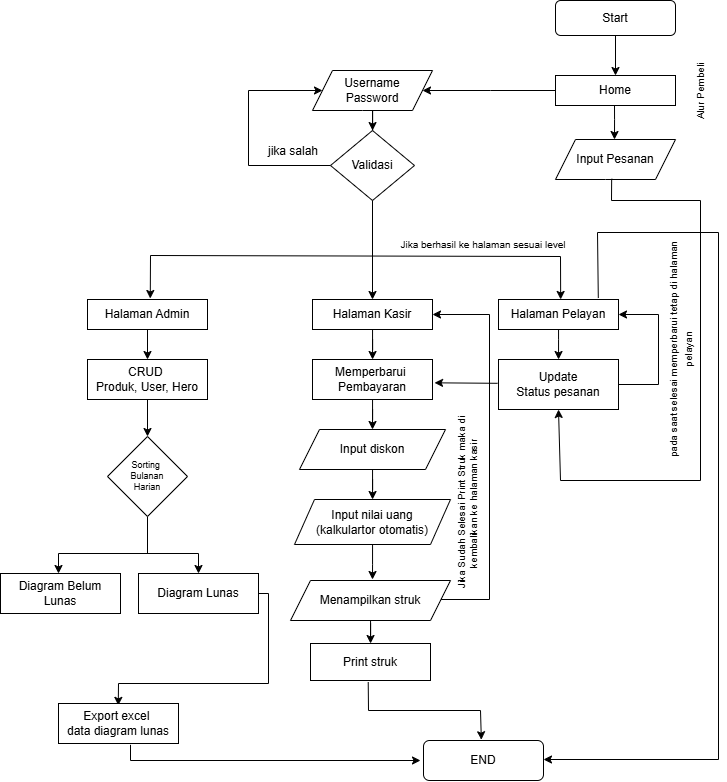
The draw.io diagram flowcart.drawio.png in Samdhanar/App-Pemesanan-New, before a commit. Source tidied: cells renumbered, new cells last; positions are measured from the earlier drawing's top-left corner, leaving out a move shared by most shapes.
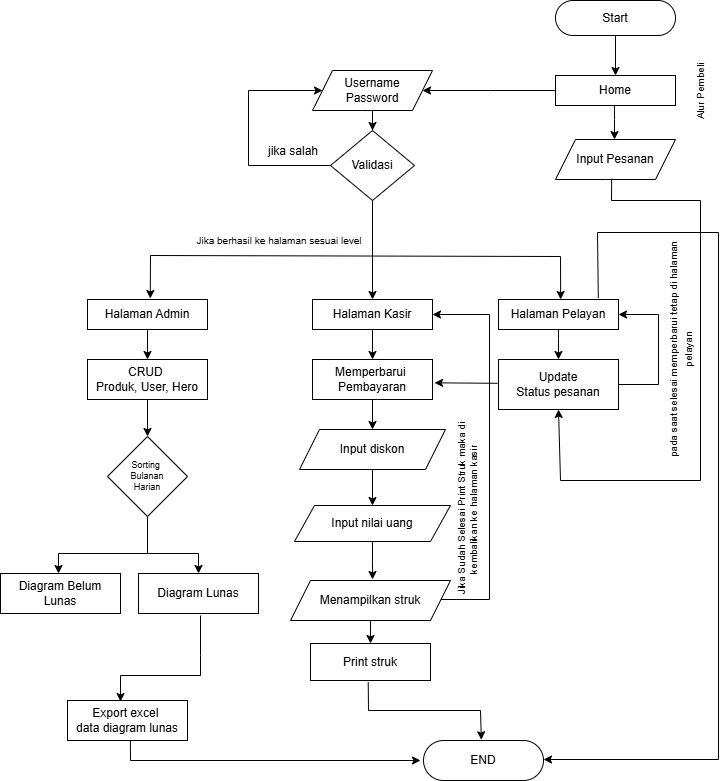
After the change.

Diff of the diagram source:
```diff
@@ -2,13 +2,13 @@
   <root>
     <mxCell id="0" />
     <mxCell id="1" parent="0" />
-    <mxCell id="2" value="Input nilai uang&lt;div&gt;(kalkulartor otomatis)&lt;/div&gt;" style="shape=parallelogram;perimeter=parallelogramPerimeter;whiteSpace=wrap;html=1;fixedSize=1;" parent="1" vertex="1">
-      <mxGeometry x="294" y="499" width="156" height="45" as="geometry" />
+    <mxCell id="2" value="Input nilai uang" style="shape=parallelogram;perimeter=parallelogramPerimeter;whiteSpace=wrap;html=1;fixedSize=1;" parent="1" vertex="1">
+      <mxGeometry x="294" y="505" width="156" height="36" as="geometry" />
     </mxCell>
     <mxCell id="3" style="edgeStyle=orthogonalEdgeStyle;rounded=0;jettySize=auto;html=1;" parent="1" edge="1" source="4" target="6">
       <mxGeometry relative="1" as="geometry" />
     </mxCell>
-    <mxCell id="4" value="Start" style="rounded=1;whiteSpace=wrap;html=1;" parent="1" vertex="1">
+    <mxCell id="4" value="Start" style="rounded=1;whiteSpace=wrap;html=1;arcSize=50;" parent="1" vertex="1">
       <mxGeometry x="555" width="120" height="35" as="geometry" />
     </mxCell>
     <mxCell id="5" style="edgeStyle=orthogonalEdgeStyle;rounded=0;orthogonalLoop=1;jettySize=auto;html=1;" parent="1" edge="1">
@@ -46,7 +46,7 @@
       </mxGeometry>
     </mxCell>
     <mxCell id="12" value="&lt;font style=&quot;vertical-align: inherit; font-size: 10px;&quot; dir=&quot;auto&quot;&gt;Jika berhasil ke halaman sesuai level&lt;/font&gt;" style="text;html=1;align=center;verticalAlign=middle;whiteSpace=wrap;rounded=0;" parent="1" vertex="1">
-      <mxGeometry x="348" y="229" width="270" height="30" as="geometry" />
+      <mxGeometry x="144" y="225" width="270" height="30" as="geometry" />
     </mxCell>
     <mxCell id="13" style="edgeStyle=orthogonalEdgeStyle;rounded=0;jettySize=auto;html=1;" parent="1" edge="1" source="14" target="20">
       <mxGeometry relative="1" as="geometry" />
@@ -107,7 +107,7 @@
       </mxGeometry>
     </mxCell>
     <mxCell id="28" value="&lt;font style=&quot;vertical-align: inherit; font-size: 10px;&quot; dir=&quot;auto&quot;&gt;Jika Sudah Selesai Print Struk maka di kembalikan ke halaman kasir&amp;nbsp;&lt;/font&gt;" style="text;html=1;align=center;verticalAlign=middle;whiteSpace=wrap;rounded=0;rotation=-90;fontSize=8;" parent="1" vertex="1">
-      <mxGeometry x="379" y="499" width="176" height="6" as="geometry" />
+      <mxGeometry x="379" y="505" width="176" height="6" as="geometry" />
     </mxCell>
     <mxCell id="29" value="Diagram Belum Lunas" style="whiteSpace=wrap;html=1;rounded=0;" parent="1" vertex="1">
       <mxGeometry y="573" width="120" height="40" as="geometry" />
@@ -129,17 +129,18 @@
         <mxPoint x="147" y="553" as="sourcePoint" />
       </mxGeometry>
     </mxCell>
-    <mxCell id="33" style="endArrow=classic;html=1;rounded=0;exitX=1;exitY=0.5;exitDx=0;exitDy=0;entryX=0.498;entryY=0.047;entryDx=0;entryDy=0;entryPerimeter=0;" parent="1" edge="1" source="30" target="34">
+    <mxCell id="33" style="endArrow=classic;html=1;rounded=0;entryX=0.442;entryY=0.026;entryDx=0;entryDy=0;entryPerimeter=0;" parent="1" edge="1" target="34">
       <mxGeometry relative="1" as="geometry">
+        <mxPoint x="200" y="615" as="sourcePoint" />
         <Array as="points">
-          <mxPoint x="268" y="593" />
-          <mxPoint x="268" y="683" />
-          <mxPoint x="118" y="683" />
+          <mxPoint x="200" y="655" />
+          <mxPoint x="200" y="675" />
+          <mxPoint x="120" y="675" />
         </Array>
       </mxGeometry>
     </mxCell>
     <mxCell id="34" value="Export excel&amp;nbsp;&lt;div&gt;&lt;span style=&quot;background-color: transparent; color: light-dark(rgb(0, 0, 0), rgb(255, 255, 255));&quot;&gt;data diagram lunas&lt;/span&gt;&lt;/div&gt;" style="rounded=0;whiteSpace=wrap;html=1;" parent="1" vertex="1">
-      <mxGeometry x="58" y="703" width="120" height="40" as="geometry" />
+      <mxGeometry x="67" y="700" width="120" height="40" as="geometry" />
     </mxCell>
     <mxCell id="35" style="endArrow=classic;html=1;rounded=0;exitX=1;exitY=0.5;exitDx=0;exitDy=0;entryX=1;entryY=0.5;entryDx=0;entryDy=0;" parent="1" edge="1" source="23" target="18">
       <mxGeometry relative="1" as="geometry">
@@ -163,7 +164,7 @@
         </Array>
       </mxGeometry>
     </mxCell>
-    <mxCell id="38" value="END" style="rounded=1;whiteSpace=wrap;html=1;" parent="1" vertex="1">
+    <mxCell id="38" value="END" style="rounded=1;whiteSpace=wrap;html=1;arcSize=50;" parent="1" vertex="1">
       <mxGeometry x="423" y="740" width="120" height="40" as="geometry" />
     </mxCell>
     <mxCell id="39" style="endArrow=classic;html=1;rounded=0;entryX=1;entryY=0.5;entryDx=0;entryDy=0;exitX=0;exitY=0.5;exitDx=0;exitDy=0;" parent="1" edge="1" source="6" target="8">
@@ -182,7 +183,7 @@
     <mxCell id="42" value="Sorting&amp;nbsp;&lt;div&gt;Bulanan&lt;/div&gt;&lt;div&gt;Harian&lt;/div&gt;" style="rhombus;whiteSpace=wrap;html=1;fontSize=9;" parent="1" vertex="1">
       <mxGeometry x="107" y="436" width="80" height="80" as="geometry" />
     </mxCell>
-    <mxCell id="43" style="endArrow=classic;html=1;rounded=0;exitX=0.6;exitY=1.033;exitDx=0;exitDy=0;exitPerimeter=0;" parent="1" edge="1" source="34">
+    <mxCell id="43" style="endArrow=classic;html=1;rounded=0;exitX=0.524;exitY=1.007;exitDx=0;exitDy=0;exitPerimeter=0;" parent="1" edge="1" source="34">
       <mxGeometry relative="1" as="geometry">
         <mxPoint x="420" y="760" as="targetPoint" />
         <Array as="points">
```
